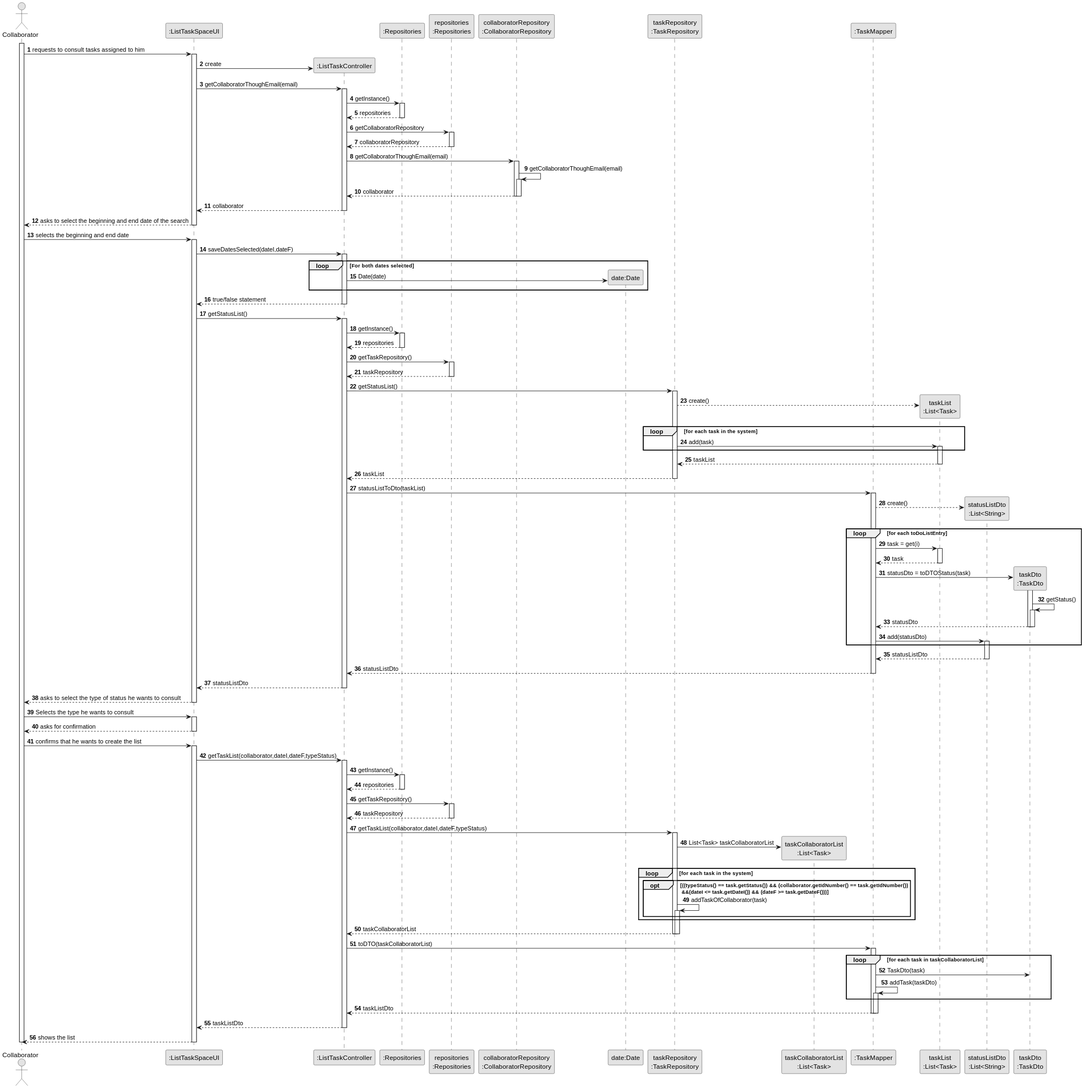
Earlier version of the PlantUML export docs/sprintC/us028/03.design/svg/us028-sequence-diagram-full.svg (diogoveirospro/lei-24-s2-1dg-g072).
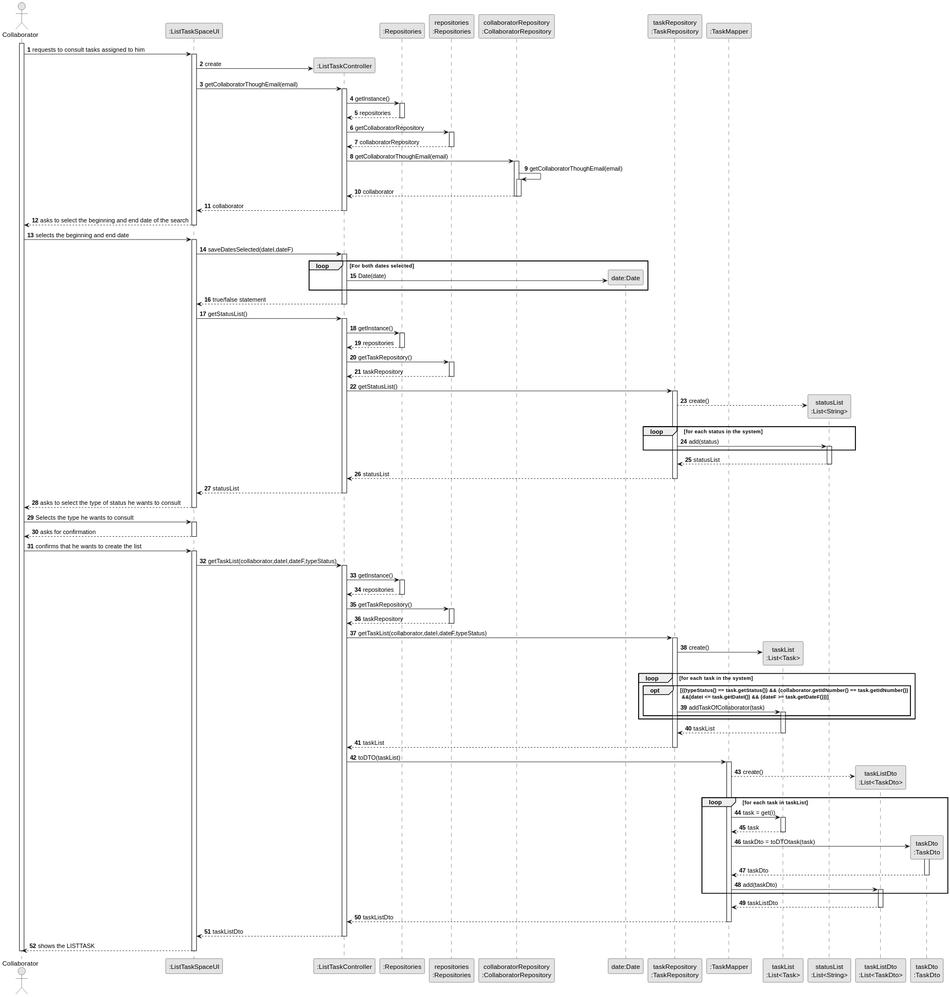
Later version of the same file.

Commit message:
Almost finished us28 design

What changed in the source:
```diff
@@ -13,11 +13,10 @@
 participant "collaboratorRepository\n:CollaboratorRepository" as collaboratorRepository
 participant "date:Date" as Date
 participant "taskRepository\n:TaskRepository" as taskRepository
-participant "taskCollaboratorList\n:List<Task>" as list
 participant ":TaskMapper" as Mapper
 participant "taskList\n:List<Task>" as LISTTASK
-participant "statusListDto\n:List<String>" as LISTSTATUSTODTO
-
+participant "statusList\n:List<String>" as LISTSTATUS
+participant "taskListDto\n:List<TaskDto>" as LISTTASKDTO
 participant "taskDto\n:TaskDto" as DTO
 
 activate Col
@@ -88,61 +87,25 @@
                             activate taskRepository
 
 
-                                                        taskRepository --> LISTTASK** : create()
+                                                        taskRepository --> LISTSTATUS** : create()
 
 
-                                                            loop for each task in the system
-                                                                taskRepository -> LISTTASK : add(task)
-                                                                activate LISTTASK
+                                                            loop for each status in the system
+                                                                taskRepository -> LISTSTATUS : add(status)
+                                                                activate LISTSTATUS
 
                                                             end
 
-                                                            LISTTASK --> taskRepository : taskList
-                                                        deactivate LISTTASK
+                                                            LISTSTATUS --> taskRepository : statusList
+                                                        deactivate LISTSTATUS
 
 
 
-                                    taskRepository --> CTRL: taskList
+                                    taskRepository --> CTRL: statusList
                             deactivate taskRepository
 
-                            CTRL -> Mapper : statusListToDto(taskList)
-                                        activate Mapper
 
-                                            Mapper --> LISTSTATUSTODTO** : create()
-
-                                            loop for each toDoListEntry
-                                                Mapper -> LISTTASK : task = get(i)
-                                                activate LISTTASK
-
-                                                        LISTTASK --> Mapper : task
-                                                deactivate LISTTASK
-
-                                                Mapper -> DTO** : statusDto = toDTOStatus(task)
-
-
-
-                                                activate DTO
-                                                    DTO -> DTO : getStatus()
-                                                    activate DTO
-
-                                                    DTO --> Mapper : statusDto
-
-                                                    deactivate DTO
-
-                                                deactivate DTO
-                                                Mapper -> LISTSTATUSTODTO : add(statusDto)
-                                                activate LISTSTATUSTODTO
-
-                                                        end
-                                                        LISTSTATUSTODTO --> Mapper : statusListDto
-                                                deactivate LISTSTATUSTODTO
-
-
-
-                                            Mapper --> CTRL : statusListDto
-
-                                        deactivate Mapper
-                            CTRL --> UI: statusListDto
+                            CTRL --> UI: statusList
                     deactivate CTRL
                    UI --> Col: asks to select the type of status he wants to consult
            deactivate UI
@@ -176,13 +139,15 @@
 
                 activate taskRepository
 
-                        taskRepository -> list**: List<Task> taskCollaboratorList
+                        taskRepository -> LISTTASK**: create()
 
                         loop for each task in the system
                         opt ((typeStatus() == task.getStatus()) && (collaborator.getIdNumber() == task.getIdNumber())\n &&(dateI <= task.getDateI()) && (dateF >= task.getDateF()))
 
-                            taskRepository -> taskRepository: addTaskOfCollaborator(task)
-                            activate taskRepository
+                            taskRepository -> LISTTASK: addTaskOfCollaborator(task)
+                            activate LISTTASK
+
+
 
 
 
@@ -190,30 +155,55 @@
 
                         end
 
+                            LISTTASK --> taskRepository: taskList
 
+                            deactivate LISTTASK
 
-                        taskRepository --> CTRL : taskCollaboratorList
+                        taskRepository --> CTRL : taskList
 
                 deactivate taskRepository
 
                 deactivate taskRepository
 
-            CTRL -> Mapper : toDTO(taskCollaboratorList)
+            CTRL -> Mapper : toDTO(taskList)
             activate Mapper
-                    loop for each task in taskCollaboratorList
 
-                        Mapper -> DTO : TaskDto(task)
+                    Mapper --> LISTTASKDTO** : create()
 
-                        Mapper -> Mapper : addTask(taskDto)
-                        activate Mapper
-                    end
-                    Mapper --> CTRL : taskListDto
-                    deactivate Mapper
+                                                                loop for each task in taskList
+                                                                    Mapper -> LISTTASK : task = get(i)
+                                                                    activate LISTTASK
+
+                                                                            LISTTASK --> Mapper : task
+                                                                    deactivate LISTTASK
+
+                                                                    Mapper -> DTO** : taskDto = toDTOtask(task)
+
+
+
+                                                                    activate DTO
+
+
+                                                                        DTO --> Mapper : taskDto
+
+
+                                                                    deactivate DTO
+                                                                    Mapper -> LISTTASKDTO : add(taskDto)
+                                                                    activate LISTTASKDTO
+
+                                                                            end
+                                                                            LISTTASKDTO --> Mapper : taskListDto
+                                                                    deactivate LISTTASKDTO
+
+
+
+                                                                Mapper --> CTRL : taskListDto
+
 
             deactivate Mapper
             CTRL --> UI: taskListDto
             deactivate CTRL
-            UI --> Col: shows the list
+            UI --> Col: shows the LISTTASK
     deactivate UI
 
 deactivate Col
```
